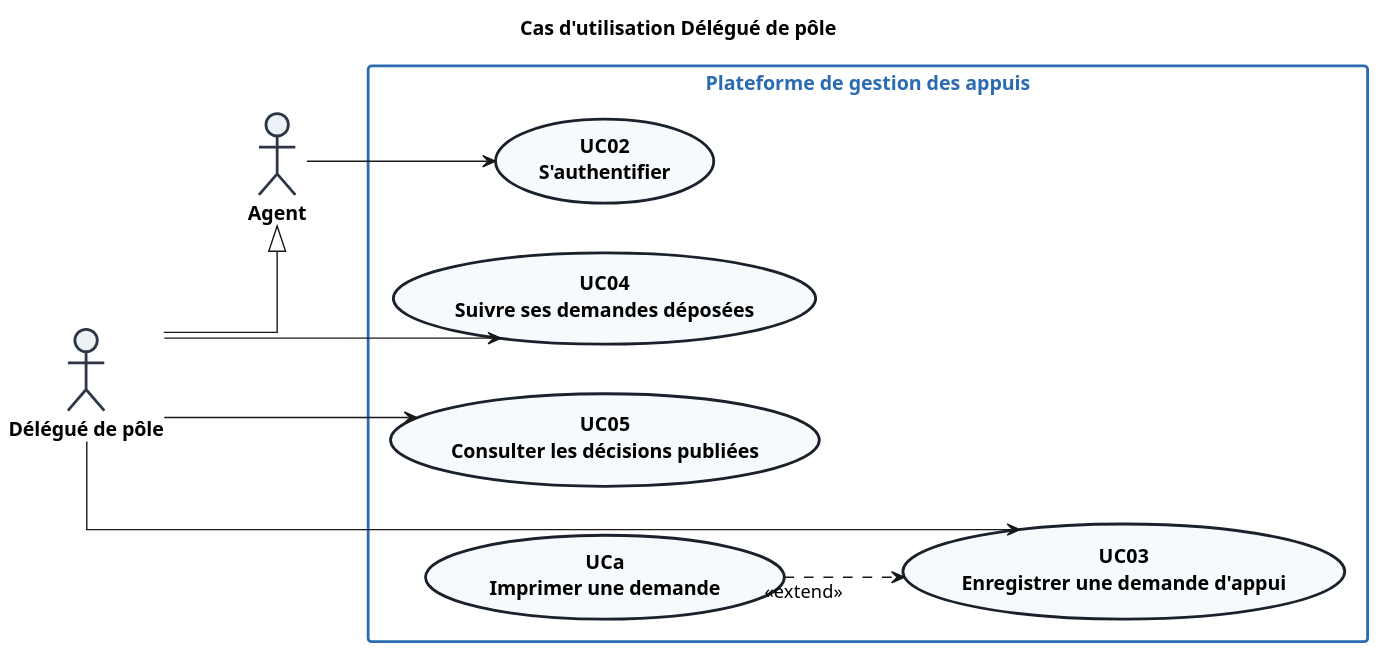
Before: out/docs/usecases/Deleg_usecase/uc_delegue.svg, a diagram exported from PlantUML (marasse-codec/ORYZAPP). The source it was exported from:
```plantuml
@startuml
title <b>Cas d'utilisation Délégué de pôle</b>

left to right direction
skinparam shadowing false
skinparam defaultFontName "Segoe UI"
skinparam backgroundColor #FFFFFF
skinparam linetype ortho

skinparam actor {
    BackgroundColor #EDF2F7
    BorderColor #2D3748
    BorderThickness 2
    FontStyle bold
}

skinparam usecase {
    BackgroundColor #F7FAFC
    BorderColor #1A202C
    BorderThickness 2
    FontStyle bold
}

skinparam rectangle {
    BackgroundColor #FFFFFF
    BorderColor #2B6CB0
    BorderThickness 2
    FontStyle bold
    FontColor #2B6CB0
}

actor "Agent" as Agent
actor "Délégué de pôle" as Delegue

Delegue --|> Agent

rectangle "<b>Plateforme de gestion des appuis</b>" {
  usecase "<b>UC02</b>\nS'authentifier" as UC02
  usecase "<b>UC03</b>\nEnregistrer une demande d'appui" as UC03
  usecase "<b>UC04</b>\nSuivre ses demandes déposées" as UC04
  usecase "<b>UC05</b>\nConsulter les décisions publiées" as UC05
  usecase "<b>UCa</b>\nImprimer une demande" as UCa
}

Agent --> UC02
Delegue --> UC03
Delegue --> UC04
Delegue --> UC05

UCa ..> UC03 : <<extend>>
@enduml
```
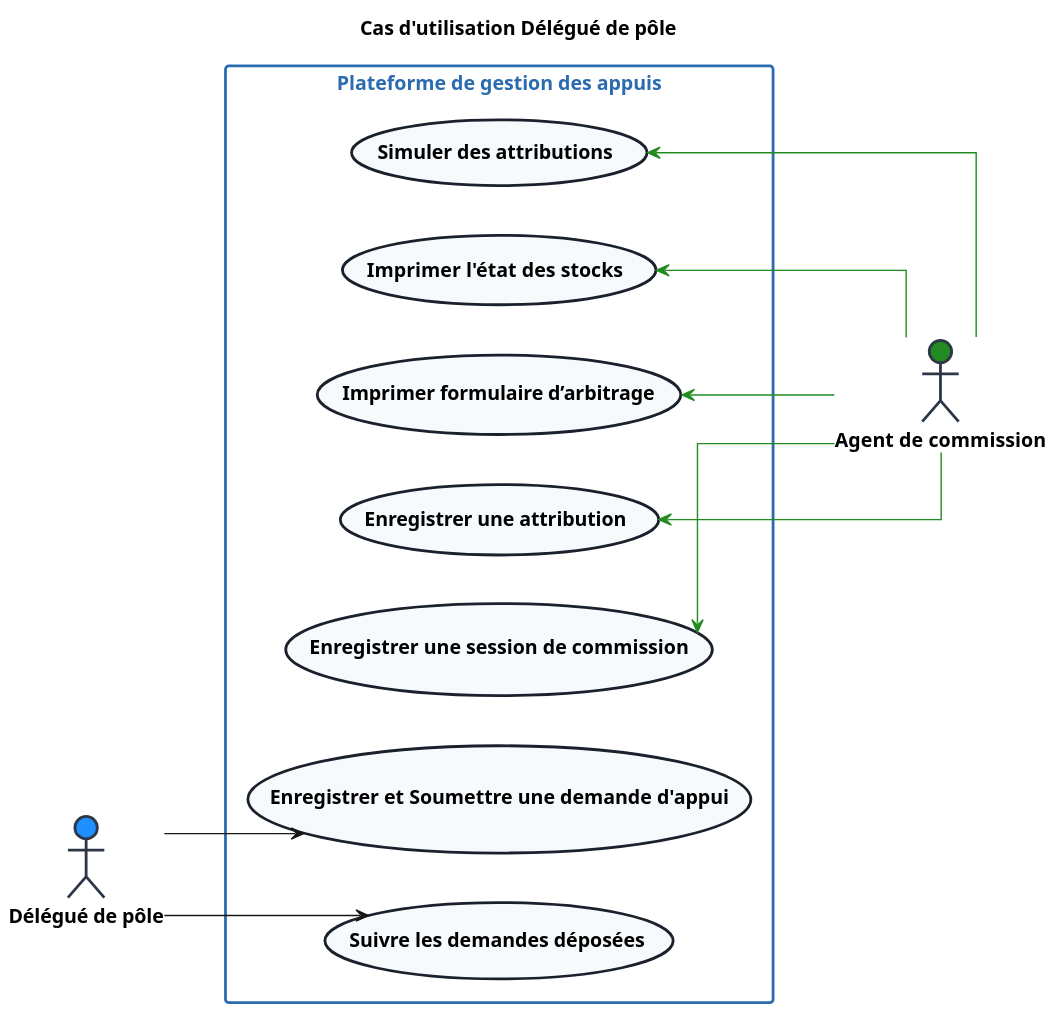
After the change.

Change to the diagram source:
```diff
@@ -29,23 +29,30 @@
     FontColor #2B6CB0
 }
 
-actor "Agent" as Agent
-actor "Délégué de pôle" as Delegue
+!$COLOR_DELEGUE  = DodgerBlue
+!$COLOR_VALID    = ForestGreen
 
-Delegue --|> Agent
+actor "Délégué de pôle" as Delegue #$COLOR_DELEGUE
+actor "Agent de commission" as AgentCommission #$COLOR_VALID
 
 rectangle "<b>Plateforme de gestion des appuis</b>" {
-  usecase "<b>UC02</b>\nS'authentifier" as UC02
-  usecase "<b>UC03</b>\nEnregistrer une demande d'appui" as UC03
-  usecase "<b>UC04</b>\nSuivre ses demandes déposées" as UC04
-  usecase "<b>UC05</b>\nConsulter les décisions publiées" as UC05
-  usecase "<b>UCa</b>\nImprimer une demande" as UCa
+    usecase "Enregistrer et Soumettre une demande d'appui" as UC_Demande
+    usecase "Suivre les demandes déposées" as UC_SuiviDemande
+
+    usecase "Enregistrer une session de commission" as UC_SessionComm
+    usecase "Enregistrer une attribution" as UC_ValiderAttr
+    usecase "Imprimer formulaire d’arbitrage" as UC_ImpForm
+    usecase "Imprimer l'état des stocks" as UC_ImpStocks
+    usecase "Simuler des attributions" as UC_SimulAttr
+
 }
 
-Agent --> UC02
-Delegue --> UC03
-Delegue --> UC04
-Delegue --> UC05
+Delegue --> UC_Demande
+Delegue --> UC_SuiviDemande
 
-UCa ..> UC03 : <<extend>>
+AgentCommission -u-> UC_SessionComm #$COLOR_VALID
+AgentCommission -u-> UC_ValiderAttr #$COLOR_VALID
+AgentCommission -u-> UC_ImpForm #$COLOR_VALID
+AgentCommission -u-> UC_ImpStocks #$COLOR_VALID
+AgentCommission -u-> UC_SimulAttr #$COLOR_VALID
 @enduml
```
